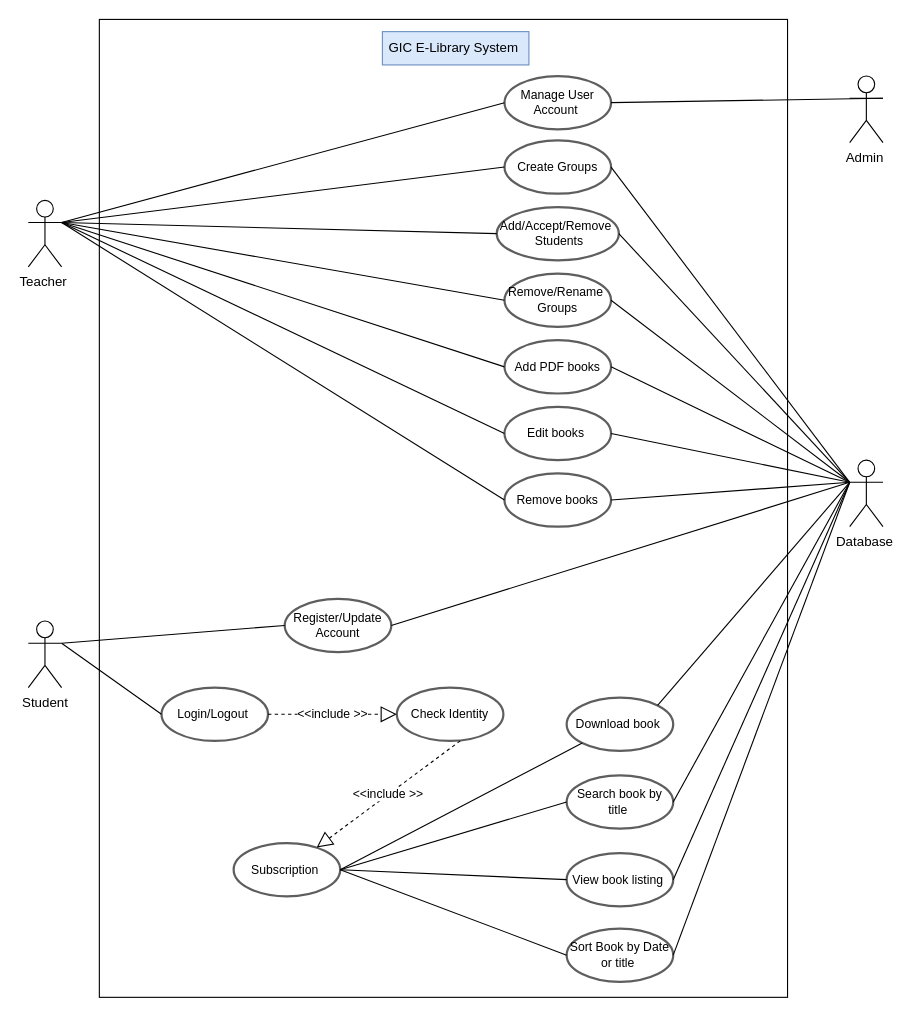
Earlier version of the draw.io diagram page "Page-1" (1 of 2) of ATM Diagram.drawio (Phearun2020/Appsimple). Source tidied: cells renumbered, new cells numbered last; positions are measured from the earlier drawing's top-left corner, leaving out a move shared by most shapes. Both pictures are drawn from the tidied source at 111%, with x=0, y=0 at pixel (28, 19).
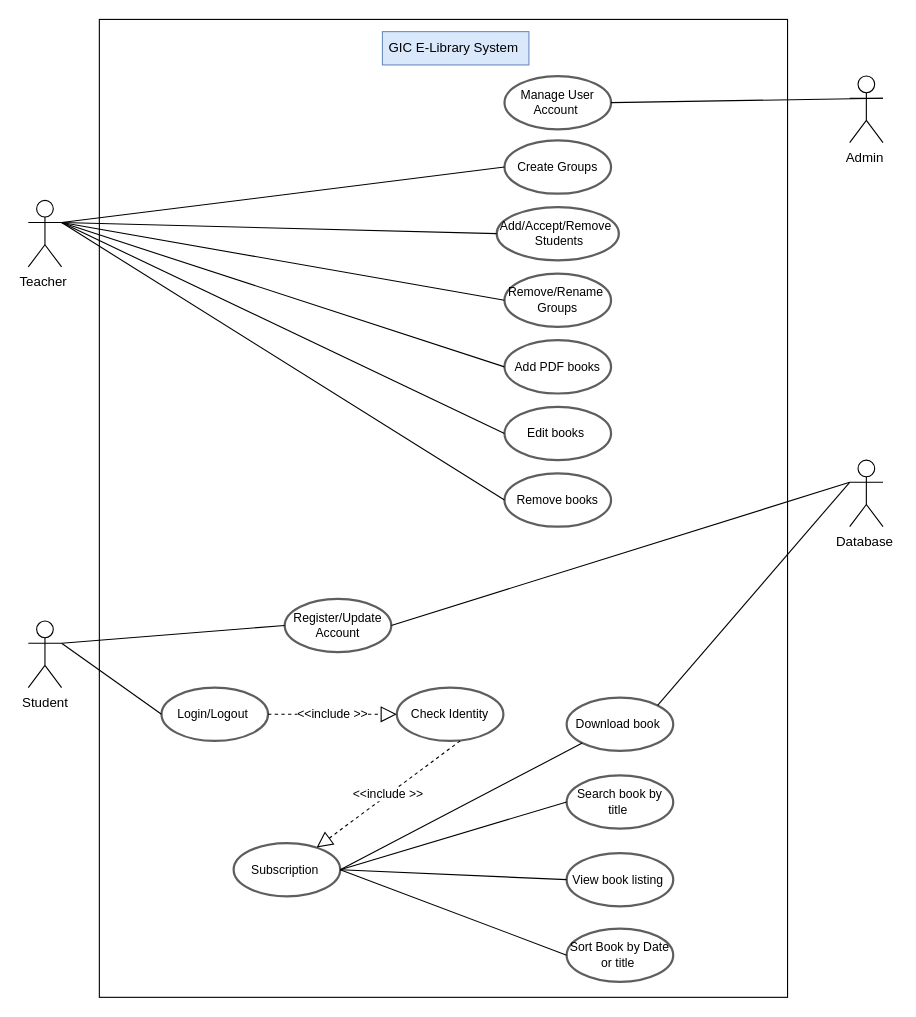
The same diagram, later.

The change refers to these unchanged cells:
```xml
<mxCell id="3" value="Teacher&amp;nbsp;" style="shape=umlActor;verticalLabelPosition=bottom;verticalAlign=top;html=1;outlineConnect=0;" parent="1" vertex="1">
  <mxGeometry y="163" width="30" height="60" as="geometry" />
</mxCell>
<mxCell id="4" value="Database&amp;nbsp;" style="shape=umlActor;verticalLabelPosition=bottom;verticalAlign=top;html=1;outlineConnect=0;" parent="1" vertex="1">
  <mxGeometry x="740" y="397" width="30" height="60" as="geometry" />
</mxCell>
<mxCell id="9" value="Manage User Account&amp;nbsp;" style="html=1;overflow=block;whiteSpace=wrap;ellipse;whiteSpace=wrap;fontSize=11;spacing=3;strokeColor=#5e5e5e;strokeOpacity=100;rounded=1;absoluteArcSize=1;arcSize=7;strokeWidth=2;" parent="1" vertex="1">
  <mxGeometry x="429" y="51" width="96" height="48" as="geometry" />
</mxCell>
<mxCell id="11" value="Search book by title&amp;nbsp;" style="html=1;overflow=block;whiteSpace=wrap;ellipse;whiteSpace=wrap;fontSize=11;spacing=3;strokeColor=#5e5e5e;strokeOpacity=100;rounded=1;absoluteArcSize=1;arcSize=7;strokeWidth=2;" parent="1" vertex="1">
  <mxGeometry x="485" y="681" width="96" height="48" as="geometry" />
</mxCell>
<mxCell id="12" value="View book listing&amp;nbsp;" style="html=1;overflow=block;whiteSpace=wrap;ellipse;whiteSpace=wrap;fontSize=11;spacing=3;strokeColor=#5e5e5e;strokeOpacity=100;rounded=1;absoluteArcSize=1;arcSize=7;strokeWidth=2;" parent="1" vertex="1">
  <mxGeometry x="485" y="751" width="96" height="48" as="geometry" />
</mxCell>
<mxCell id="14" value="Add PDF books" style="html=1;overflow=block;whiteSpace=wrap;ellipse;whiteSpace=wrap;fontSize=11;spacing=3;strokeColor=#5e5e5e;strokeOpacity=100;rounded=1;absoluteArcSize=1;arcSize=7;strokeWidth=2;" parent="1" vertex="1">
  <mxGeometry x="429" y="289" width="96" height="48" as="geometry" />
</mxCell>
<mxCell id="15" value="Edit books&amp;nbsp;" style="html=1;overflow=block;whiteSpace=wrap;ellipse;whiteSpace=wrap;fontSize=11;spacing=3;strokeColor=#5e5e5e;strokeOpacity=100;rounded=1;absoluteArcSize=1;arcSize=7;strokeWidth=2;" parent="1" vertex="1">
  <mxGeometry x="429" y="349" width="96" height="48" as="geometry" />
</mxCell>
<mxCell id="22" value="Sort Book by Date or title&amp;nbsp;" style="html=1;overflow=block;whiteSpace=wrap;ellipse;whiteSpace=wrap;fontSize=11;spacing=3;strokeColor=#5e5e5e;strokeOpacity=100;rounded=1;absoluteArcSize=1;arcSize=7;strokeWidth=2;" parent="1" vertex="1">
  <mxGeometry x="485" y="819" width="96" height="48" as="geometry" />
</mxCell>
<mxCell id="30" value="Create Groups" style="html=1;overflow=block;whiteSpace=wrap;ellipse;whiteSpace=wrap;fontSize=11;spacing=3;strokeColor=#5e5e5e;strokeOpacity=100;rounded=1;absoluteArcSize=1;arcSize=7;strokeWidth=2;" parent="1" vertex="1">
  <mxGeometry x="429" y="109" width="96" height="48" as="geometry" />
</mxCell>
<mxCell id="31" value="Add/Accept/Remove&amp;nbsp; &amp;nbsp;Students" style="html=1;overflow=block;whiteSpace=wrap;ellipse;whiteSpace=wrap;fontSize=11;spacing=3;strokeColor=#5e5e5e;strokeOpacity=100;rounded=1;absoluteArcSize=1;arcSize=7;strokeWidth=2;" parent="1" vertex="1">
  <mxGeometry x="422" y="169" width="110" height="48" as="geometry" />
</mxCell>
<mxCell id="32" value="Remove/Rename&amp;nbsp; Groups" style="html=1;overflow=block;whiteSpace=wrap;ellipse;whiteSpace=wrap;fontSize=11;spacing=3;strokeColor=#5e5e5e;strokeOpacity=100;rounded=1;absoluteArcSize=1;arcSize=7;strokeWidth=2;" parent="1" vertex="1">
  <mxGeometry x="429" y="229" width="96" height="48" as="geometry" />
</mxCell>
<mxCell id="33" value="Remove books" style="html=1;overflow=block;whiteSpace=wrap;ellipse;whiteSpace=wrap;fontSize=11;spacing=3;strokeColor=#5e5e5e;strokeOpacity=100;rounded=1;absoluteArcSize=1;arcSize=7;strokeWidth=2;" parent="1" vertex="1">
  <mxGeometry x="429" y="409" width="96" height="48" as="geometry" />
</mxCell>
```

What changed in the source:
```diff
@@
-    <mxCell id="34" style="endArrow=none;html=1;exitX=1;exitY=0.3333333333333333;exitDx=0;exitDy=0;exitPerimeter=0;entryX=0;entryY=0.5;entryDx=0;entryDy=0;" parent="1" edge="1" source="3" target="9">
-      <mxGeometry relative="1" as="geometry" />
-    </mxCell>
@@
-    <mxCell id="41" style="endArrow=none;html=1;entryX=0;entryY=0.3333333333333333;entryDx=0;entryDy=0;entryPerimeter=0;exitX=1;exitY=0.5;exitDx=0;exitDy=0;" parent="1" edge="1" source="33" target="4">
-      <mxGeometry relative="1" as="geometry" />
-    </mxCell>
-    <mxCell id="42" style="endArrow=none;html=1;entryX=1;entryY=0.5;entryDx=0;entryDy=0;exitX=0;exitY=0.3333333333333333;exitDx=0;exitDy=0;exitPerimeter=0;" parent="1" edge="1" source="4" target="15">
-      <mxGeometry relative="1" as="geometry" />
-    </mxCell>
-    <mxCell id="43" style="endArrow=none;html=1;exitX=1;exitY=0.5;exitDx=0;exitDy=0;entryX=0;entryY=0.3333333333333333;entryDx=0;entryDy=0;entryPerimeter=0;" parent="1" edge="1" source="14" target="4">
-      <mxGeometry relative="1" as="geometry" />
-    </mxCell>
-    <mxCell id="44" style="endArrow=none;html=1;entryX=1;entryY=0.5;entryDx=0;entryDy=0;exitX=0;exitY=0.3333333333333333;exitDx=0;exitDy=0;exitPerimeter=0;" parent="1" edge="1" source="4" target="32">
-      <mxGeometry relative="1" as="geometry" />
-    </mxCell>
-    <mxCell id="45" style="endArrow=none;html=1;entryX=1;entryY=0.5;entryDx=0;entryDy=0;exitX=0;exitY=0.3333333333333333;exitDx=0;exitDy=0;exitPerimeter=0;" parent="1" edge="1" source="4" target="31">
-      <mxGeometry relative="1" as="geometry" />
-    </mxCell>
-    <mxCell id="46" style="endArrow=none;html=1;entryX=1;entryY=0.5;entryDx=0;entryDy=0;exitX=0;exitY=0.3333333333333333;exitDx=0;exitDy=0;exitPerimeter=0;" parent="1" edge="1" source="4" target="30">
-      <mxGeometry relative="1" as="geometry" />
-    </mxCell>
-    <mxCell id="47" style="endArrow=none;html=1;exitX=1;exitY=0.5;exitDx=0;exitDy=0;entryX=0;entryY=0.3333333333333333;entryDx=0;entryDy=0;entryPerimeter=0;" parent="1" edge="1" source="11" target="4">
-      <mxGeometry relative="1" as="geometry" />
-    </mxCell>
-    <mxCell id="48" style="endArrow=none;html=1;exitX=1;exitY=0.5;exitDx=0;exitDy=0;entryX=0;entryY=0.3333333333333333;entryDx=0;entryDy=0;entryPerimeter=0;" parent="1" edge="1" source="12" target="4">
-      <mxGeometry relative="1" as="geometry" />
-    </mxCell>
-    <mxCell id="49" style="endArrow=none;html=1;exitX=1;exitY=0.5;exitDx=0;exitDy=0;entryX=0;entryY=0.3333333333333333;entryDx=0;entryDy=0;entryPerimeter=0;" parent="1" edge="1" source="22" target="4">
-      <mxGeometry relative="1" as="geometry" />
-    </mxCell>
```
